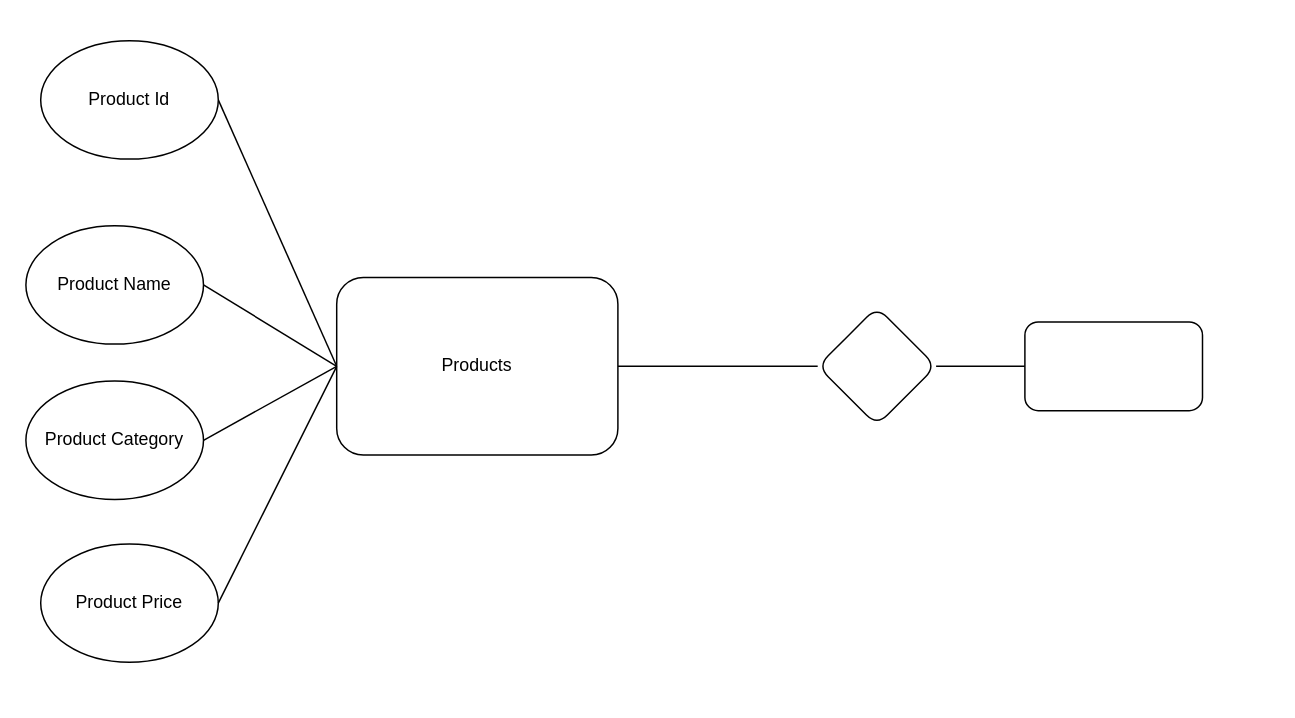
RamadhanRzq/MiniProject-B keeps this draw.io diagram as MiniProject.drawio. Above is the earlier version. Source tidied: cells renumbered, new cells numbered last; positions are measured from the earlier drawing's top-left corner, leaving out a move shared by most shapes. Both pictures are drawn from the tidied source at 148%, with x=0, y=0 at pixel (25, 40).
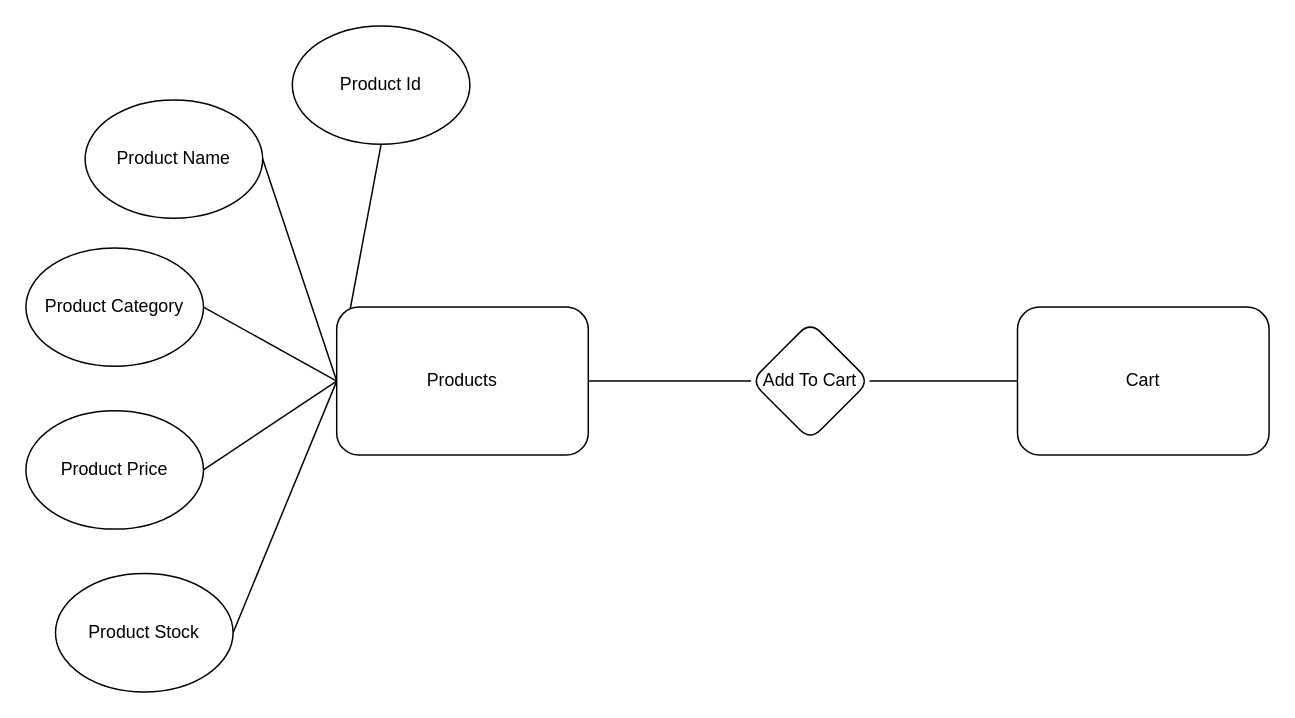
Above is the later version.

Change to the diagram source:
```diff
@@
 <mxGraphModel>
   <root>
     <mxCell id="0" />
     <mxCell id="1" parent="0" />
-    <mxCell id="2" style="rounded=0;jettySize=auto;html=1;exitX=0;exitY=0.5;exitDx=0;exitDy=0;entryX=1;entryY=0.5;entryDx=0;entryDy=0;endArrow=none;endFill=0;" parent="1" edge="1" source="5" target="6">
+    <mxCell id="2" style="rounded=0;jettySize=auto;html=1;exitX=0;exitY=0.5;exitDx=0;exitDy=0;entryX=0.5;entryY=1;entryDx=0;entryDy=0;endArrow=none;endFill=0;" parent="1" edge="1" source="5" target="6">
       <mxGeometry relative="1" as="geometry" />
     </mxCell>
     <mxCell id="3" style="rounded=0;jettySize=auto;html=1;exitX=0;exitY=0.5;exitDx=0;exitDy=0;entryX=1;entryY=0.5;entryDx=0;entryDy=0;endArrow=none;endFill=0;" parent="1" edge="1" source="5" target="7">
       <mxGeometry relative="1" as="geometry" />
     </mxCell>
     <mxCell id="4" style="edgeStyle=orthogonalEdgeStyle;rounded=0;jettySize=auto;html=1;endArrow=none;endFill=0;" parent="1" edge="1" source="5" target="13">
       <mxGeometry relative="1" as="geometry" />
     </mxCell>
+    <mxCell id="15" style="rounded=0;jettySize=auto;html=1;exitX=0;exitY=0.5;exitDx=0;exitDy=0;entryX=1;entryY=0.5;entryDx=0;entryDy=0;endArrow=none;endFill=0;" parent="1" edge="1" source="5" target="16">
+      <mxGeometry relative="1" as="geometry" />
+    </mxCell>
     <mxCell id="5" value="Products" style="rounded=1;whiteSpace=wrap;html=1;" parent="1" vertex="1">
-      <mxGeometry x="210" y="160" width="190" height="120" as="geometry" />
+      <mxGeometry x="210" y="180" width="170" height="100" as="geometry" />
     </mxCell>
     <mxCell id="6" value="Product Id" style="ellipse;whiteSpace=wrap;html=1;" parent="1" vertex="1">
-      <mxGeometry x="10" width="120" height="80" as="geometry" />
+      <mxGeometry x="180" y="-10" width="120" height="80" as="geometry" />
     </mxCell>
     <mxCell id="7" value="Product Name" style="ellipse;whiteSpace=wrap;html=1;" parent="1" vertex="1">
-      <mxGeometry y="125" width="120" height="80" as="geometry" />
+      <mxGeometry x="40" y="40" width="120" height="80" as="geometry" />
     </mxCell>
     <mxCell id="8" value="Product Category" style="ellipse;whiteSpace=wrap;html=1;" parent="1" vertex="1">
-      <mxGeometry y="230" width="120" height="80" as="geometry" />
+      <mxGeometry y="140" width="120" height="80" as="geometry" />
     </mxCell>
     <mxCell id="9" value="Product Price" style="ellipse;whiteSpace=wrap;html=1;" parent="1" vertex="1">
-      <mxGeometry x="10" y="340" width="120" height="80" as="geometry" />
+      <mxGeometry y="250" width="120" height="80" as="geometry" />
     </mxCell>
     <mxCell id="10" style="rounded=0;jettySize=auto;html=1;exitX=0;exitY=0.5;exitDx=0;exitDy=0;entryX=1;entryY=0.5;entryDx=0;entryDy=0;endArrow=none;endFill=0;" parent="1" edge="1" source="5" target="8">
       <mxGeometry relative="1" as="geometry" />
     </mxCell>
     <mxCell id="11" style="rounded=0;jettySize=auto;html=1;exitX=0;exitY=0.5;exitDx=0;exitDy=0;entryX=1;entryY=0.5;entryDx=0;entryDy=0;endArrow=none;endFill=0;" parent="1" edge="1" source="5" target="9">
       <mxGeometry relative="1" as="geometry" />
     </mxCell>
     <mxCell id="12" style="edgeStyle=orthogonalEdgeStyle;rounded=0;jettySize=auto;html=1;endArrow=none;endFill=0;" parent="1" edge="1" source="13" target="14">
       <mxGeometry relative="1" as="geometry" />
     </mxCell>
-    <mxCell id="13" style="rhombus;whiteSpace=wrap;html=1;rounded=1;" parent="1" vertex="1">
-      <mxGeometry x="535" y="180" width="80" height="80" as="geometry" />
+    <mxCell id="13" value="Add To Cart" style="rhombus;whiteSpace=wrap;html=1;rounded=1;" parent="1" vertex="1">
+      <mxGeometry x="490" y="190" width="80" height="80" as="geometry" />
     </mxCell>
-    <mxCell id="14" style="rounded=1;whiteSpace=wrap;html=1;" parent="1" vertex="1">
-      <mxGeometry x="675" y="190" width="120" height="60" as="geometry" />
+    <mxCell id="14" value="Cart" style="rounded=1;whiteSpace=wrap;html=1;" parent="1" vertex="1">
+      <mxGeometry x="670" y="180" width="170" height="100" as="geometry" />
     </mxCell>
+    <mxCell id="16" value="Product Stock" style="ellipse;whiteSpace=wrap;html=1;" parent="1" vertex="1">
+      <mxGeometry x="20" y="360" width="120" height="80" as="geometry" />
+    </mxCell>
   </root>
 </mxGraphModel>
```
